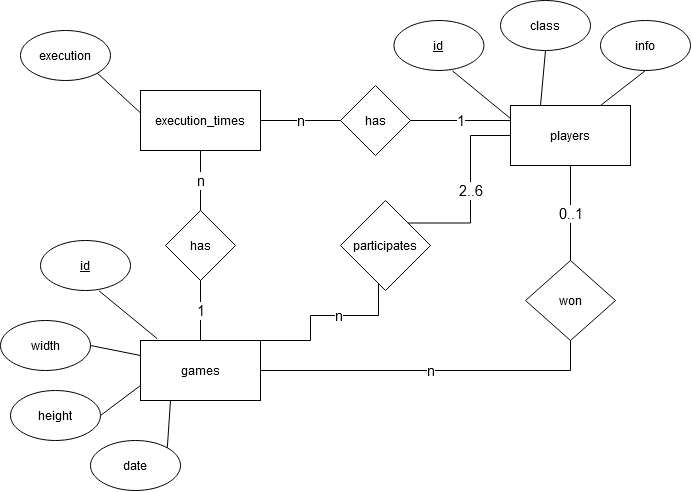
jonashellmann/informaticup21-team-chillow keeps this draw.io diagram as dokumentation/Bilder/er-diagram.png. Above is the earlier version. Source tidied: cells renumbered, new cells last; positions are measured from the earlier drawing's top-left corner, leaving out a move shared by most shapes.
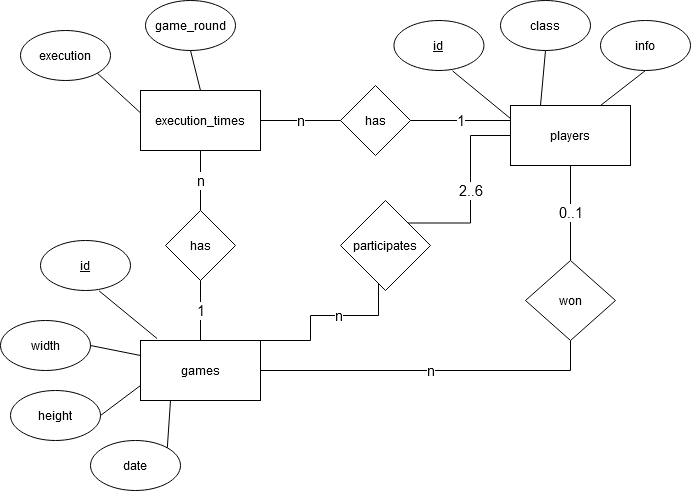
Above is the later version.

Commit message:
ER-Diagramm ebenfalls um neue DB-Spalte erweitert

Diff of the diagram source:
```diff
@@ -115,5 +115,11 @@
         <mxPoint x="510" y="118" as="targetPoint" />
       </mxGeometry>
     </mxCell>
+    <mxCell id="34" value="game_round" style="ellipse;whiteSpace=wrap;html=1;" parent="1" vertex="1">
+      <mxGeometry x="145" width="90" height="50" as="geometry" />
+    </mxCell>
+    <mxCell id="35" style="endArrow=none;html=1;strokeColor=#000000;entryX=0.5;entryY=0;entryDx=0;entryDy=0;exitX=0.5;exitY=1;exitDx=0;exitDy=0;" parent="1" edge="1" source="34" target="3">
+      <mxGeometry relative="1" as="geometry" />
+    </mxCell>
   </root>
 </mxGraphModel>
```
